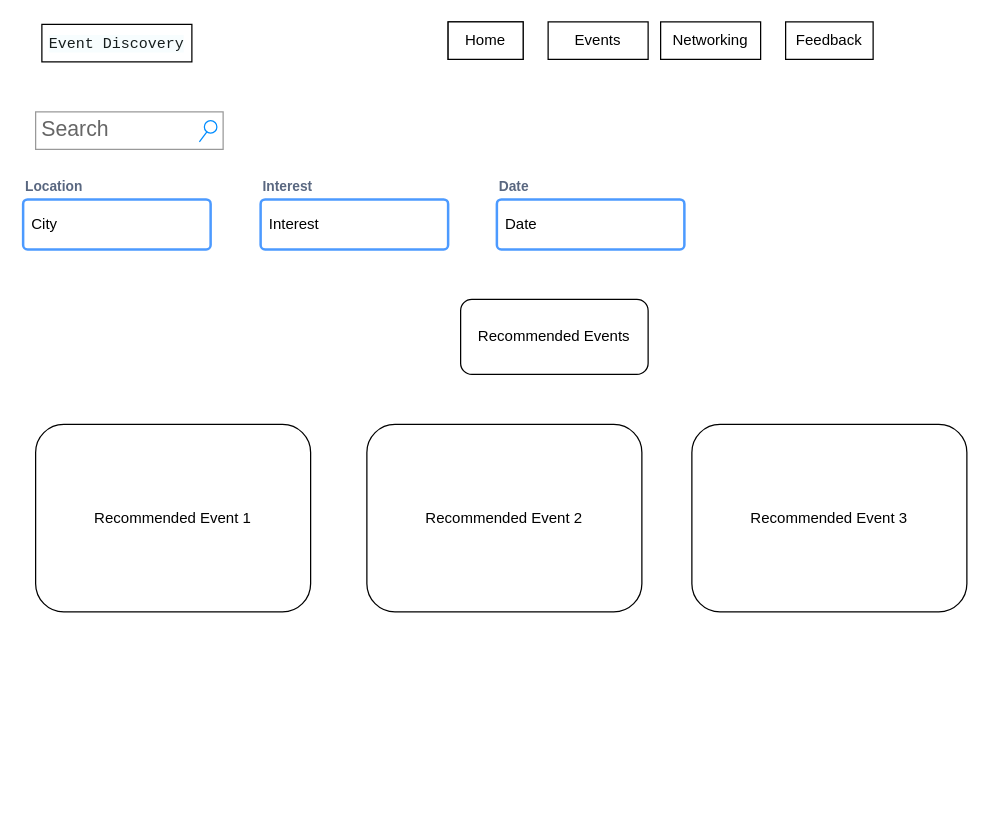
This is Event Discovery & Networking Platform.drawio from Mohamed-Salah-1/Event_Discovery_and_Networking_Platform, a draw.io file, before an edit. Source tidied: cells renumbered, new cells numbered last; positions are measured from the earlier drawing's top-left corner, leaving out a move shared by most shapes. Both pictures are drawn from the tidied source at 125%, with x=0, y=0 at pixel (22, 21).
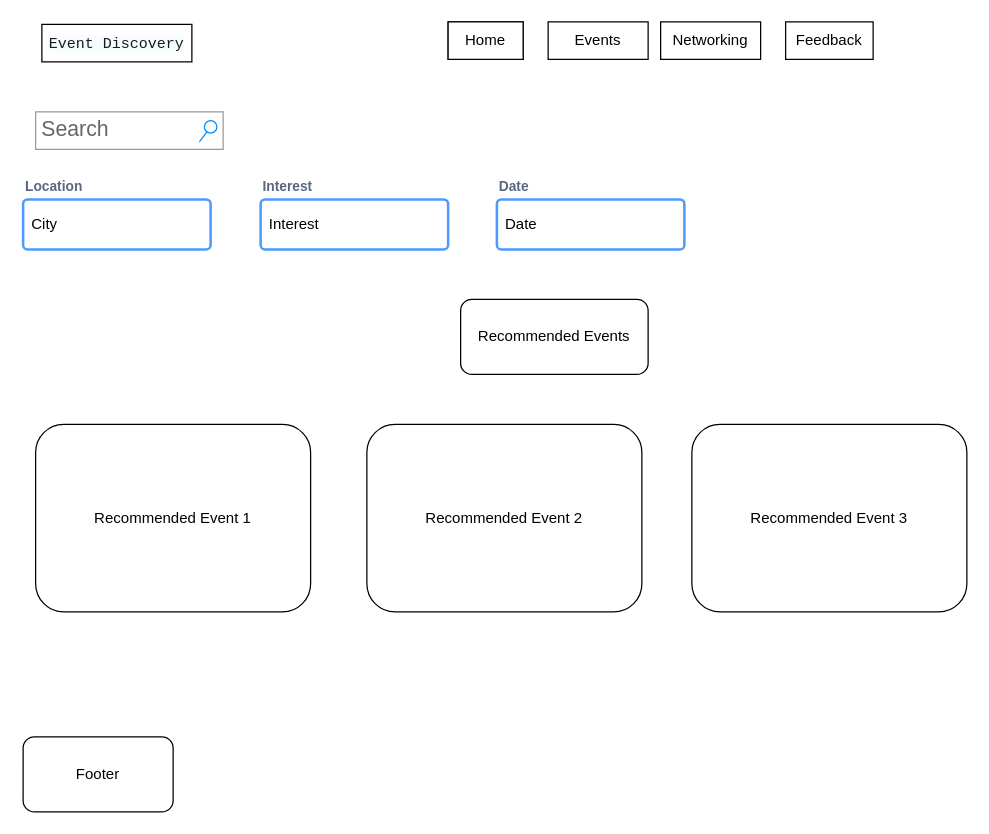
Above is the later version.

Commit message:
Fig2 - Developing the first handwrtitten prototype

What changed in the source:
```diff
@@
 <mxGraphModel>
   <root>
     <mxCell id="0" />
     <mxCell id="1" parent="0" />
     <mxCell id="2" value="Home" style="rounded=0;whiteSpace=wrap;html=1;" parent="1" vertex="1">
       <mxGeometry x="340" width="60" height="30" as="geometry" />
     </mxCell>
     <mxCell id="3" value="Events" style="rounded=0;whiteSpace=wrap;html=1;" parent="1" vertex="1">
       <mxGeometry x="420" width="80" height="30" as="geometry" />
     </mxCell>
     <mxCell id="4" value="Networking" style="rounded=0;whiteSpace=wrap;html=1;" parent="1" vertex="1">
       <mxGeometry x="510" width="80" height="30" as="geometry" />
     </mxCell>
     <mxCell id="5" value="Feedback" style="rounded=0;whiteSpace=wrap;html=1;" parent="1" vertex="1">
       <mxGeometry x="610" width="70" height="30" as="geometry" />
     </mxCell>
     <mxCell id="6" value="Home" style="rounded=0;whiteSpace=wrap;html=1;" parent="1" vertex="1">
       <mxGeometry x="340" width="60" height="30" as="geometry" />
     </mxCell>
     <mxCell id="7" value="&lt;span style=&quot;color: rgb(22, 29, 29); font-family: monospace; text-align: left; white-space-collapse: preserve; background-color: rgb(247, 253, 254);&quot;&gt;Event Discovery&lt;/span&gt;" style="rounded=0;whiteSpace=wrap;html=1;" parent="1" vertex="1">
       <mxGeometry x="15" y="2" width="120" height="30" as="geometry" />
     </mxCell>
     <mxCell id="8" value="Search" style="strokeWidth=1;shadow=0;dashed=0;align=center;html=1;shape=mxgraph.mockup.forms.searchBox;strokeColor=#999999;mainText=;strokeColor2=#008cff;fontColor=#666666;fontSize=17;align=left;spacingLeft=3;whiteSpace=wrap;" parent="1" vertex="1">
       <mxGeometry x="10" y="72" width="150" height="30" as="geometry" />
     </mxCell>
     <mxCell id="9" value="Recommended Events" style="rounded=1;whiteSpace=wrap;html=1;" parent="1" vertex="1">
       <mxGeometry x="350" y="222" width="150" height="60" as="geometry" />
     </mxCell>
     <mxCell id="10" value="Location" style="fillColor=none;strokeColor=none;html=1;fontSize=11;fontStyle=0;align=left;fontColor=#596780;fontStyle=1;fontSize=11;" parent="1" vertex="1">
       <mxGeometry y="122" width="150" height="20" as="geometry" />
     </mxCell>
     <mxCell id="11" value="City" style="rounded=1;arcSize=9;align=left;spacingLeft=5;strokeColor=#4C9AFF;html=1;strokeWidth=2;fontSize=12;" parent="1" vertex="1">
       <mxGeometry y="142" width="150" height="40" as="geometry" />
     </mxCell>
     <mxCell id="12" value="Interest" style="rounded=1;arcSize=9;align=left;spacingLeft=5;strokeColor=#4C9AFF;html=1;strokeWidth=2;fontSize=12;" parent="1" vertex="1">
       <mxGeometry x="190" y="142" width="150" height="40" as="geometry" />
     </mxCell>
     <mxCell id="13" value="Interest" style="fillColor=none;strokeColor=none;html=1;fontSize=11;fontStyle=0;align=left;fontColor=#596780;fontStyle=1;fontSize=11;" parent="1" vertex="1">
       <mxGeometry x="190" y="122" width="150" height="20" as="geometry" />
     </mxCell>
     <mxCell id="14" value="Date" style="rounded=1;arcSize=9;align=left;spacingLeft=5;strokeColor=#4C9AFF;html=1;strokeWidth=2;fontSize=12;" parent="1" vertex="1">
       <mxGeometry x="379" y="142" width="150" height="40" as="geometry" />
     </mxCell>
     <mxCell id="15" value="Date" style="fillColor=none;strokeColor=none;html=1;fontSize=11;fontStyle=0;align=left;fontColor=#596780;fontStyle=1;fontSize=11;" parent="1" vertex="1">
       <mxGeometry x="379" y="122" width="150" height="20" as="geometry" />
     </mxCell>
     <mxCell id="16" value="Recommended Event 1" style="rounded=1;whiteSpace=wrap;html=1;" parent="1" vertex="1">
       <mxGeometry x="10" y="322" width="220" height="150" as="geometry" />
     </mxCell>
     <mxCell id="17" value="Recommended Event 2" style="rounded=1;whiteSpace=wrap;html=1;" parent="1" vertex="1">
       <mxGeometry x="275" y="322" width="220" height="150" as="geometry" />
     </mxCell>
     <mxCell id="18" value="Recommended Event 3" style="rounded=1;whiteSpace=wrap;html=1;" parent="1" vertex="1">
       <mxGeometry x="535" y="322" width="220" height="150" as="geometry" />
     </mxCell>
+    <mxCell id="19" value="Footer" style="rounded=1;whiteSpace=wrap;html=1;" parent="1" vertex="1">
+      <mxGeometry y="572" width="120" height="60" as="geometry" />
+    </mxCell>
   </root>
 </mxGraphModel>
```
